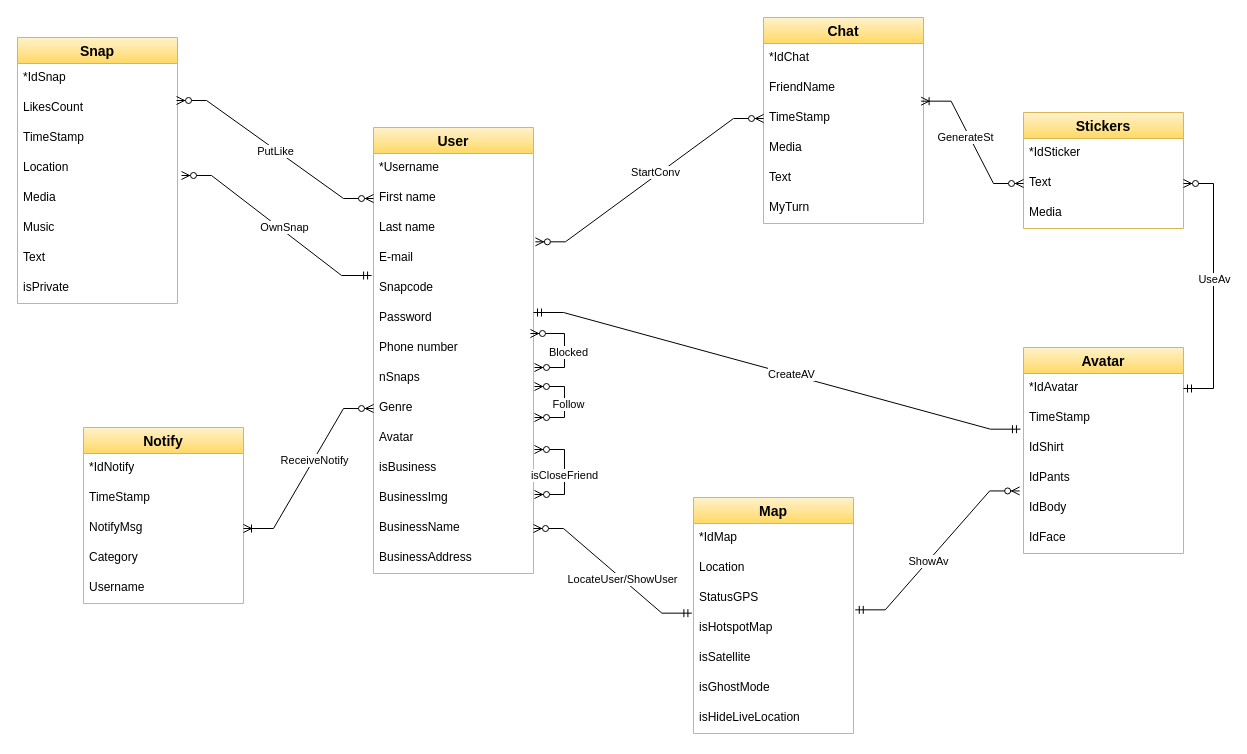
This is nuovo-schema-ER.drawio from Antonet99/noSQL-Snapchat, a draw.io file, before an edit. Source tidied: cells renumbered, new cells numbered last; positions are measured from the earlier drawing's top-left corner, leaving out a move shared by most shapes. Both pictures are drawn from the tidied source at 100%, with x=0, y=0 at pixel (17, 17).
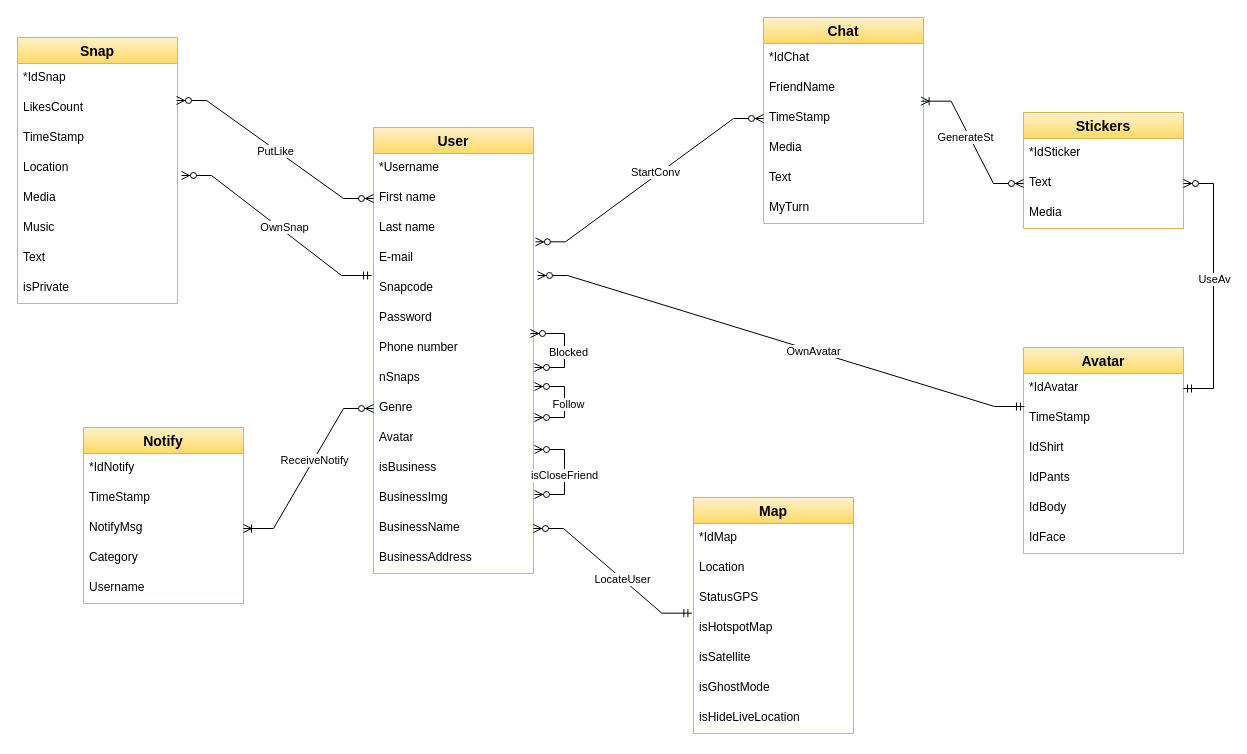
The same page after the edit.

Unchanged cells that the change refers to:
```xml
<mxCell id="7" value="Snapcode" style="text;strokeColor=none;fillColor=none;spacingLeft=4;spacingRight=4;overflow=hidden;points=[[0,0.5],[1,0.5]];portConstraint=eastwest;fontSize=12;whiteSpace=wrap;html=1;" parent="2" vertex="1">
  <mxGeometry y="146" width="160" height="30" as="geometry" />
</mxCell>
<mxCell id="21" value="&lt;div&gt;isHotspotMap&lt;/div&gt;&lt;div&gt;&lt;br&gt;&lt;/div&gt;" style="text;strokeColor=none;fillColor=none;spacingLeft=4;spacingRight=4;overflow=hidden;points=[[0,0.5],[1,0.5]];portConstraint=eastwest;fontSize=12;whiteSpace=wrap;html=1;" parent="17" vertex="1">
  <mxGeometry y="116" width="160" height="30" as="geometry" />
</mxCell>
<mxCell id="43" value="TimeStamp" style="text;strokeColor=none;fillColor=none;spacingLeft=4;spacingRight=4;overflow=hidden;points=[[0,0.5],[1,0.5]];portConstraint=eastwest;fontSize=12;whiteSpace=wrap;html=1;" parent="41" vertex="1">
  <mxGeometry y="56" width="160" height="30" as="geometry" />
</mxCell>
<mxCell id="46" value="IdBody" style="text;strokeColor=none;fillColor=none;spacingLeft=4;spacingRight=4;overflow=hidden;points=[[0,0.5],[1,0.5]];portConstraint=eastwest;fontSize=12;whiteSpace=wrap;html=1;" parent="41" vertex="1">
  <mxGeometry y="146" width="160" height="30" as="geometry" />
</mxCell>
<mxCell id="78" style="edgeStyle=entityRelationEdgeStyle;fontSize=12;html=1;endArrow=ERzeroToMany;startArrow=ERmandOne;rounded=0;entryX=1;entryY=0.5;entryDx=0;entryDy=0;exitX=-0.01;exitY=-0.011;exitDx=0;exitDy=0;exitPerimeter=0;" parent="1" edge="1" source="21" target="15">
  <mxGeometry relative="1" as="geometry" />
</mxCell>
```

Change to the diagram source:
```diff
@@
-    <mxCell id="54" style="edgeStyle=entityRelationEdgeStyle;fontSize=12;html=1;endArrow=ERmandOne;startArrow=ERmandOne;rounded=0;entryX=-0.019;entryY=0.856;entryDx=0;entryDy=0;entryPerimeter=0;" parent="1" edge="1" target="43">
-      <mxGeometry relative="1" as="geometry">
-        <mxPoint x="516" y="295" as="sourcePoint" />
-      </mxGeometry>
-    </mxCell>
-    <mxCell id="55" value="CreateAV" style="edgeLabel;html=1;align=center;verticalAlign=middle;" parent="54" vertex="1">
-      <mxGeometry x="0.06" y="1" relative="1" as="geometry" />
-    </mxCell>
@@
-    <mxCell id="79" value="LocateUser/ShowUser" style="edgeLabel;html=1;align=center;verticalAlign=middle;" parent="78" vertex="1">
+    <mxCell id="79" value="LocateUser" style="edgeLabel;html=1;align=center;verticalAlign=middle;" parent="78" vertex="1">
       <mxGeometry x="-0.13" relative="1" as="geometry" />
     </mxCell>
-    <mxCell id="80" style="edgeStyle=entityRelationEdgeStyle;fontSize=12;html=1;endArrow=ERzeroToMany;startArrow=ERmandOne;rounded=0;entryX=-0.024;entryY=-0.085;entryDx=0;entryDy=0;exitX=1.011;exitY=-0.122;exitDx=0;exitDy=0;exitPerimeter=0;entryPerimeter=0;" parent="1" edge="1" source="21" target="46">
-      <mxGeometry relative="1" as="geometry" />
-    </mxCell>
-    <mxCell id="81" value="ShowAv" style="edgeLabel;html=1;align=center;verticalAlign=middle;" parent="80" vertex="1">
-      <mxGeometry x="-0.13" relative="1" as="geometry" />
-    </mxCell>
+    <mxCell id="82" style="edgeStyle=entityRelationEdgeStyle;fontSize=12;html=1;endArrow=ERzeroToMany;startArrow=ERmandOne;rounded=0;entryX=1.025;entryY=0.067;entryDx=0;entryDy=0;exitX=0.006;exitY=0.1;exitDx=0;exitDy=0;exitPerimeter=0;entryPerimeter=0;" parent="1" edge="1" source="43" target="7">
+      <mxGeometry relative="1" as="geometry" />
+    </mxCell>
+    <mxCell id="83" value="OwnAvatar" style="edgeLabel;html=1;align=center;verticalAlign=middle;" parent="82" vertex="1">
+      <mxGeometry x="-0.13" relative="1" as="geometry" />
+    </mxCell>
```
